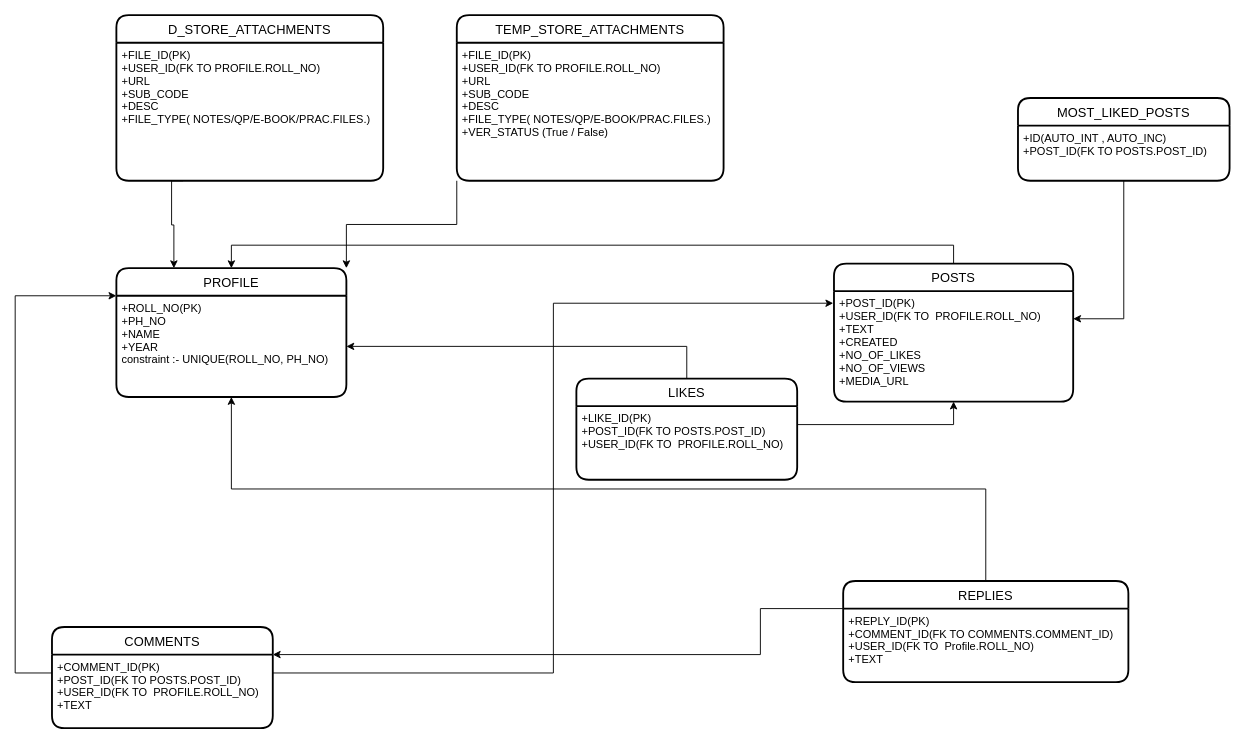
The draw.io diagram Untitled Diagram.drawio in harsh098/diagrams, before the edit. Source tidied: cells renumbered, new cells numbered last; positions are measured from the earlier drawing's top-left corner, leaving out a move shared by most shapes. Both pictures are drawn from the tidied source at 92%, with x=0, y=0 at pixel (15, 15).
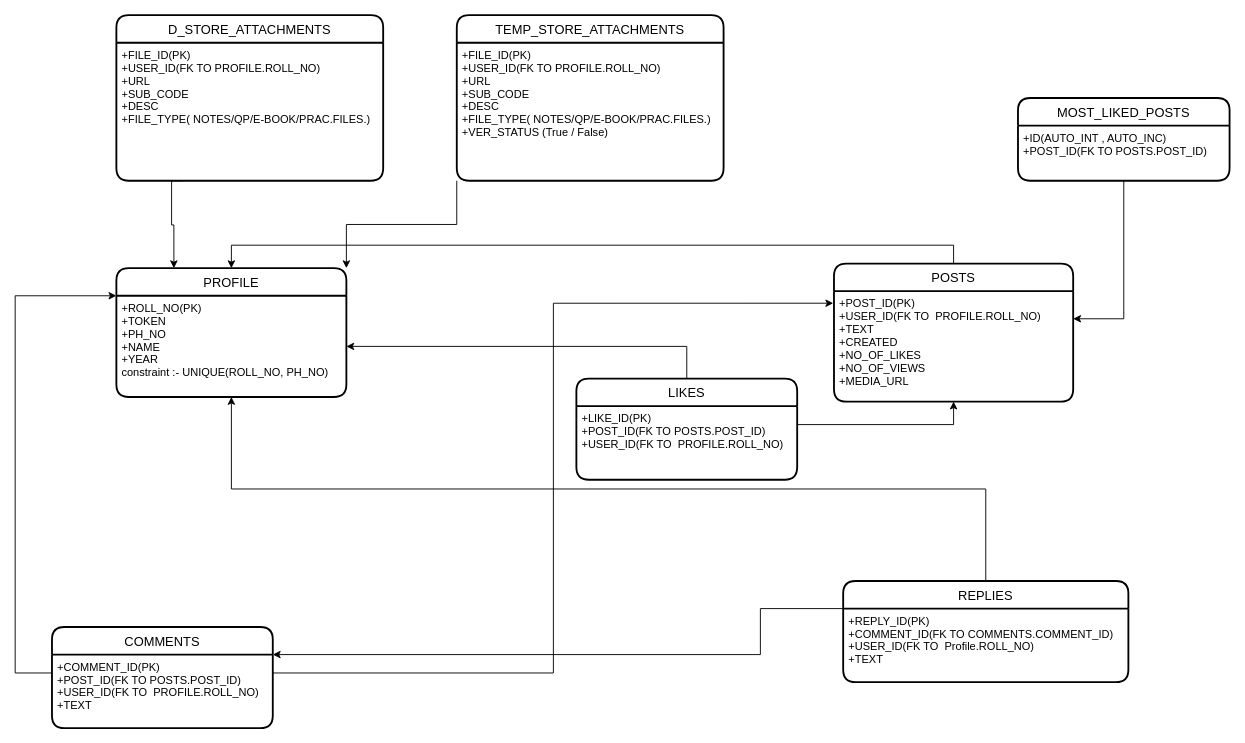
The same diagram, later.

The change refers to these unchanged cells:
```xml
<mxCell id="2" value="PROFILE" style="swimlane;horizontal=1;startSize=30;rounded=1;fontSize=14;fontStyle=0;strokeWidth=2;shadow=0;dashed=0;align=center;" parent="1" vertex="1">
  <mxGeometry x="110" y="275" width="250" height="140" as="geometry" />
</mxCell>
```

Diff of the diagram source:
```diff
@@
-    <mxCell id="3" value="+ROLL_NO(PK)&#10;+PH_NO&#10;+NAME&#10;+YEAR&#10;constraint :- UNIQUE(ROLL_NO, PH_NO)" style="align=left;strokeColor=none;fillColor=none;spacingLeft=4;fontSize=12;verticalAlign=top;" parent="2" vertex="1">
+    <mxCell id="3" value="+ROLL_NO(PK)&#10;+TOKEN&#10;+PH_NO&#10;+NAME&#10;+YEAR&#10;constraint :- UNIQUE(ROLL_NO, PH_NO)" style="align=left;strokeColor=none;fillColor=none;spacingLeft=4;fontSize=12;verticalAlign=top;" parent="2" vertex="1">
       <mxGeometry y="30" width="250" height="110" as="geometry" />
     </mxCell>
```
